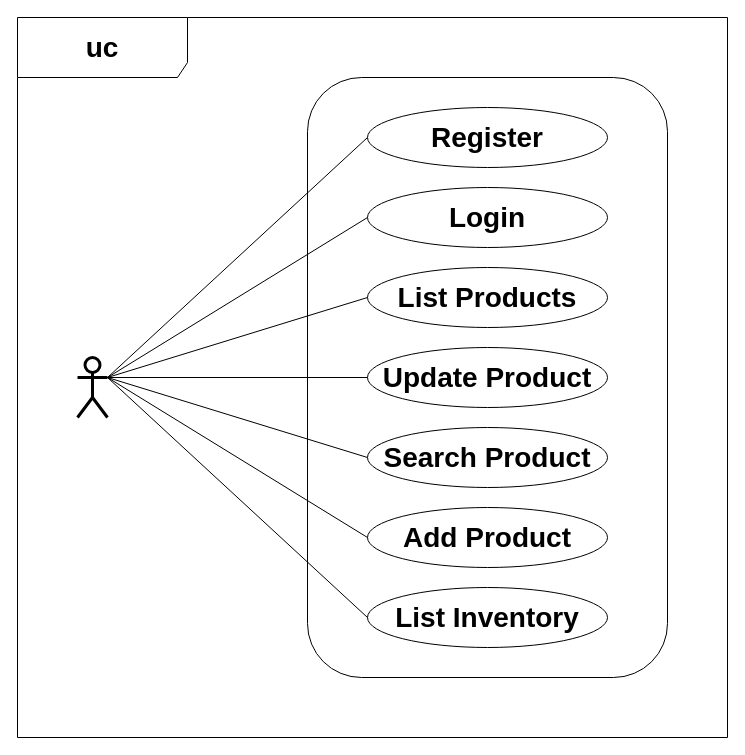
Above: page "Use Case" (1 of 4) of docs/use_case.drawio in ypeng90/shopper (draw.io), before the change. Source tidied: cells renumbered, new cells numbered last; positions are measured from the earlier drawing's top-left corner, leaving out a move shared by most shapes. Both pictures are drawn from the tidied source at 100%, with x=0, y=0 at pixel (17, 17).
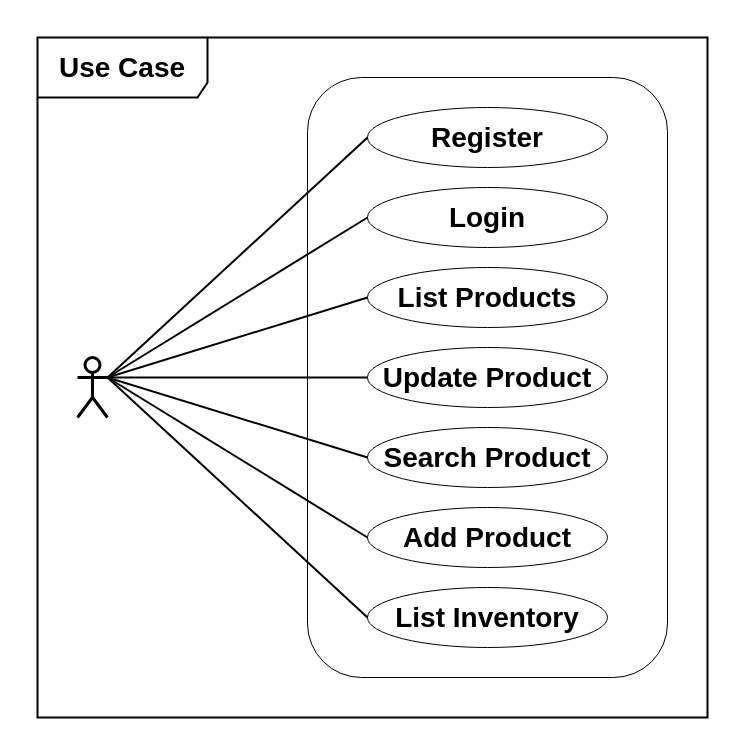
Above is the later version.

Diff of the diagram source:
```diff
@@
 <mxGraphModel background="#ffffff">
   <root>
     <mxCell id="0" />
     <mxCell id="1" parent="0" />
-    <mxCell id="2" value="&lt;font size=&quot;1&quot;&gt;&lt;b style=&quot;font-size: 28px&quot;&gt;uc&lt;/b&gt;&lt;/font&gt;" style="shape=umlFrame;whiteSpace=wrap;html=1;width=170;height=60;" parent="1" vertex="1">
-      <mxGeometry width="710" height="720" as="geometry" />
+    <mxCell id="2" value="&lt;font size=&quot;1&quot;&gt;&lt;b style=&quot;font-size: 28px&quot;&gt;Use Case&lt;/b&gt;&lt;/font&gt;" style="shape=umlFrame;whiteSpace=wrap;html=1;width=170;height=60;strokeWidth=2;" parent="1" vertex="1">
+      <mxGeometry x="20" y="20" width="670" height="680" as="geometry" />
     </mxCell>
     <mxCell id="3" style="rounded=1;whiteSpace=wrap;html=1;" parent="1" vertex="1">
       <mxGeometry x="290" y="60" width="360" height="600" as="geometry" />
     </mxCell>
     <mxCell id="4" style="shape=umlActor;verticalLabelPosition=bottom;verticalAlign=top;html=1;fontSize=12;strokeWidth=3;" parent="1" vertex="1">
       <mxGeometry x="60" y="340" width="30" height="60" as="geometry" />
     </mxCell>
     <mxCell id="5" value="&lt;font style=&quot;font-size: 28px&quot;&gt;&lt;b&gt;Register&lt;/b&gt;&lt;/font&gt;" style="ellipse;whiteSpace=wrap;html=1;" parent="1" vertex="1">
       <mxGeometry x="350" y="90" width="240" height="60" as="geometry" />
     </mxCell>
     <mxCell id="6" value="&lt;font style=&quot;font-size: 28px&quot;&gt;&lt;b&gt;Login&lt;/b&gt;&lt;/font&gt;" style="ellipse;whiteSpace=wrap;html=1;" parent="1" vertex="1">
       <mxGeometry x="350" y="170" width="240" height="60" as="geometry" />
     </mxCell>
     <mxCell id="7" value="&lt;font style=&quot;font-size: 28px&quot;&gt;&lt;b&gt;List Products&lt;/b&gt;&lt;/font&gt;" style="ellipse;whiteSpace=wrap;html=1;" parent="1" vertex="1">
       <mxGeometry x="350" y="250" width="240" height="60" as="geometry" />
     </mxCell>
     <mxCell id="8" value="&lt;font style=&quot;font-size: 28px;&quot;&gt;Update Product&lt;/font&gt;" style="ellipse;whiteSpace=wrap;html=1;fontSize=28;fontStyle=1;" parent="1" vertex="1">
       <mxGeometry x="350" y="330" width="240" height="60" as="geometry" />
     </mxCell>
     <mxCell id="9" value="&lt;font style=&quot;font-size: 28px;&quot;&gt;Search Product&lt;/font&gt;" style="ellipse;whiteSpace=wrap;html=1;fontSize=28;fontStyle=1;" parent="1" vertex="1">
       <mxGeometry x="350" y="410" width="240" height="60" as="geometry" />
     </mxCell>
     <mxCell id="10" value="&lt;font style=&quot;font-size: 28px;&quot;&gt;Add Product&lt;/font&gt;" style="ellipse;whiteSpace=wrap;html=1;fontSize=28;fontStyle=1;" parent="1" vertex="1">
       <mxGeometry x="350" y="490" width="240" height="60" as="geometry" />
     </mxCell>
     <mxCell id="11" value="&lt;font style=&quot;font-size: 28px;&quot;&gt;List Inventory&lt;/font&gt;" style="ellipse;whiteSpace=wrap;html=1;fontSize=28;fontStyle=1;" parent="1" vertex="1">
       <mxGeometry x="350" y="570" width="240" height="60" as="geometry" />
     </mxCell>
-    <mxCell id="12" style="endArrow=none;html=1;fontSize=18;exitX=1;exitY=0.3333333333333333;exitDx=0;exitDy=0;exitPerimeter=0;entryX=0;entryY=0.5;entryDx=0;entryDy=0;" parent="1" edge="1" source="4" target="5">
+    <mxCell id="12" style="endArrow=none;html=1;fontSize=18;exitX=1;exitY=0.3333333333333333;exitDx=0;exitDy=0;exitPerimeter=0;entryX=0;entryY=0.5;entryDx=0;entryDy=0;strokeWidth=2;" parent="1" edge="1" source="4" target="5">
       <mxGeometry relative="1" as="geometry" />
     </mxCell>
-    <mxCell id="13" style="endArrow=none;html=1;fontSize=18;entryX=0;entryY=0.5;entryDx=0;entryDy=0;exitX=1;exitY=0.3333333333333333;exitDx=0;exitDy=0;exitPerimeter=0;" parent="1" edge="1" source="4" target="6">
+    <mxCell id="13" style="endArrow=none;html=1;fontSize=18;entryX=0;entryY=0.5;entryDx=0;entryDy=0;exitX=1;exitY=0.3333333333333333;exitDx=0;exitDy=0;exitPerimeter=0;strokeWidth=2;" parent="1" edge="1" source="4" target="6">
       <mxGeometry relative="1" as="geometry" />
     </mxCell>
-    <mxCell id="14" style="endArrow=none;html=1;fontSize=18;entryX=0;entryY=0.5;entryDx=0;entryDy=0;exitX=1;exitY=0.3333333333333333;exitDx=0;exitDy=0;exitPerimeter=0;" parent="1" edge="1" source="4" target="7">
+    <mxCell id="14" style="endArrow=none;html=1;fontSize=18;entryX=0;entryY=0.5;entryDx=0;entryDy=0;exitX=1;exitY=0.3333333333333333;exitDx=0;exitDy=0;exitPerimeter=0;strokeWidth=2;" parent="1" edge="1" source="4" target="7">
       <mxGeometry relative="1" as="geometry" />
     </mxCell>
-    <mxCell id="15" style="endArrow=none;html=1;fontSize=18;exitX=1;exitY=0.3333333333333333;exitDx=0;exitDy=0;exitPerimeter=0;entryX=0;entryY=0.5;entryDx=0;entryDy=0;" parent="1" edge="1" source="4" target="8">
+    <mxCell id="15" style="endArrow=none;html=1;fontSize=18;exitX=1;exitY=0.3333333333333333;exitDx=0;exitDy=0;exitPerimeter=0;entryX=0;entryY=0.5;entryDx=0;entryDy=0;strokeWidth=2;" parent="1" edge="1" source="4" target="8">
       <mxGeometry relative="1" as="geometry" />
     </mxCell>
-    <mxCell id="16" style="endArrow=none;html=1;fontSize=18;exitX=1;exitY=0.3333333333333333;exitDx=0;exitDy=0;exitPerimeter=0;entryX=0;entryY=0.5;entryDx=0;entryDy=0;" parent="1" edge="1" source="4" target="9">
+    <mxCell id="16" style="endArrow=none;html=1;fontSize=18;exitX=1;exitY=0.3333333333333333;exitDx=0;exitDy=0;exitPerimeter=0;entryX=0;entryY=0.5;entryDx=0;entryDy=0;strokeWidth=2;" parent="1" edge="1" source="4" target="9">
       <mxGeometry relative="1" as="geometry" />
     </mxCell>
-    <mxCell id="17" style="endArrow=none;html=1;fontSize=18;entryX=0;entryY=0.5;entryDx=0;entryDy=0;exitX=1;exitY=0.3333333333333333;exitDx=0;exitDy=0;exitPerimeter=0;" parent="1" edge="1" source="4" target="10">
+    <mxCell id="17" style="endArrow=none;html=1;fontSize=18;entryX=0;entryY=0.5;entryDx=0;entryDy=0;exitX=1;exitY=0.3333333333333333;exitDx=0;exitDy=0;exitPerimeter=0;strokeWidth=2;" parent="1" edge="1" source="4" target="10">
       <mxGeometry relative="1" as="geometry" />
     </mxCell>
-    <mxCell id="18" style="endArrow=none;html=1;fontSize=18;entryX=0;entryY=0.5;entryDx=0;entryDy=0;exitX=1;exitY=0.3333333333333333;exitDx=0;exitDy=0;exitPerimeter=0;" parent="1" edge="1" source="4" target="11">
+    <mxCell id="18" style="endArrow=none;html=1;fontSize=18;entryX=0;entryY=0.5;entryDx=0;entryDy=0;exitX=1;exitY=0.3333333333333333;exitDx=0;exitDy=0;exitPerimeter=0;strokeWidth=2;" parent="1" edge="1" source="4" target="11">
       <mxGeometry relative="1" as="geometry" />
     </mxCell>
   </root>
 </mxGraphModel>
```
